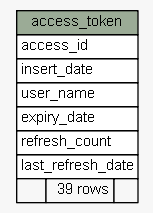
Before: docs/database/schemaspy/graphs/summary/access_token.1degree.png, a diagram exported from Graphviz (engineerscraft/hrms). Its source is kept beside it as docs/database/schemaspy/graphs/summary/access_token.1degree.dot.
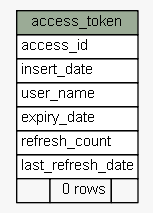
The same diagram one commit later.

The edit, as a diff of the source:
```diff
@@ -21,7 +21,7 @@
       <TR><TD PORT="expiry_date" COLSPAN="3" ALIGN="LEFT">expiry_date</TD></TR>
       <TR><TD PORT="refresh_count" COLSPAN="3" ALIGN="LEFT">refresh_count</TD></TR>
       <TR><TD PORT="last_refresh_date" COLSPAN="3" ALIGN="LEFT">last_refresh_date</TD></TR>
-      <TR><TD ALIGN="LEFT" BGCOLOR="#f7f7f7">  </TD><TD ALIGN="RIGHT" BGCOLOR="#f7f7f7">39 rows</TD><TD ALIGN="RIGHT" BGCOLOR="#f7f7f7">  </TD></TR>
+      <TR><TD ALIGN="LEFT" BGCOLOR="#f7f7f7">  </TD><TD ALIGN="RIGHT" BGCOLOR="#f7f7f7">0 rows</TD><TD ALIGN="RIGHT" BGCOLOR="#f7f7f7">  </TD></TR>
     </TABLE>>
     URL="tables/access_token.html#"
     tooltip="access_token"
```
